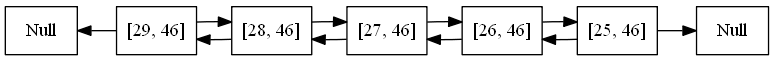
Earlier version of the Graphviz export DoublyLinkedList.png (deathstroke021/EDD_1S2019_P1_201503961). Its source is kept beside it as DoublyLinkedList.dot. Source of this version:
```dot
digraph firsGraph{
node [shape=record];
rankdir=LR;
node0 [label=" Null " pos = "0,0!"  ];
node1 [label=" [29, 46] " pos = "1.2,0!" ];
node1 -> node2;
node1 -> node0;
node2 [label=" [28, 46] " pos = "2.4,0!" ];
node2 -> node3;
node2 -> node1;
node3 [label=" [27, 46] " pos = "3.5999999999999996,0!" ];
node3 -> node4;
node3 -> node2;
node4 [label=" [26, 46] " pos = "4.8,0!" ];
node4 -> node5;
node4 -> node3;
node5 [label=" [25, 46] " pos = "6.0,0!" ];
node5 -> node4;
node6 [label=" Null " pos = "7.199999999999999,0!" ];
node5 -> node6;
}
```
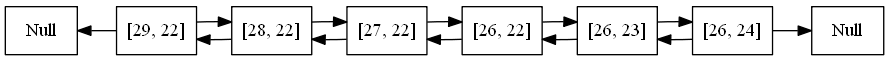
Above is the later version.

Diff of the diagram source:
```diff
@@ -2,20 +2,23 @@
 node [shape=record];
 rankdir=LR;
 node0 [label=" Null " pos = "0,0!"  ];
-node1 [label=" [29, 46] " pos = "1.2,0!" ];
+node1 [label=" [29, 22] " pos = "1.2,0!" ];
 node1 -> node2;
 node1 -> node0;
-node2 [label=" [28, 46] " pos = "2.4,0!" ];
+node2 [label=" [28, 22] " pos = "2.4,0!" ];
 node2 -> node3;
 node2 -> node1;
-node3 [label=" [27, 46] " pos = "3.5999999999999996,0!" ];
+node3 [label=" [27, 22] " pos = "3.5999999999999996,0!" ];
 node3 -> node4;
 node3 -> node2;
-node4 [label=" [26, 46] " pos = "4.8,0!" ];
+node4 [label=" [26, 22] " pos = "4.8,0!" ];
 node4 -> node5;
 node4 -> node3;
-node5 [label=" [25, 46] " pos = "6.0,0!" ];
+node5 [label=" [26, 23] " pos = "6.0,0!" ];
+node5 -> node6;
 node5 -> node4;
-node6 [label=" Null " pos = "7.199999999999999,0!" ];
-node5 -> node6;
+node6 [label=" [26, 24] " pos = "7.2,0!" ];
+node6 -> node5;
+node7 [label=" Null " pos = "8.4,0!" ];
+node6 -> node7;
 }
```
